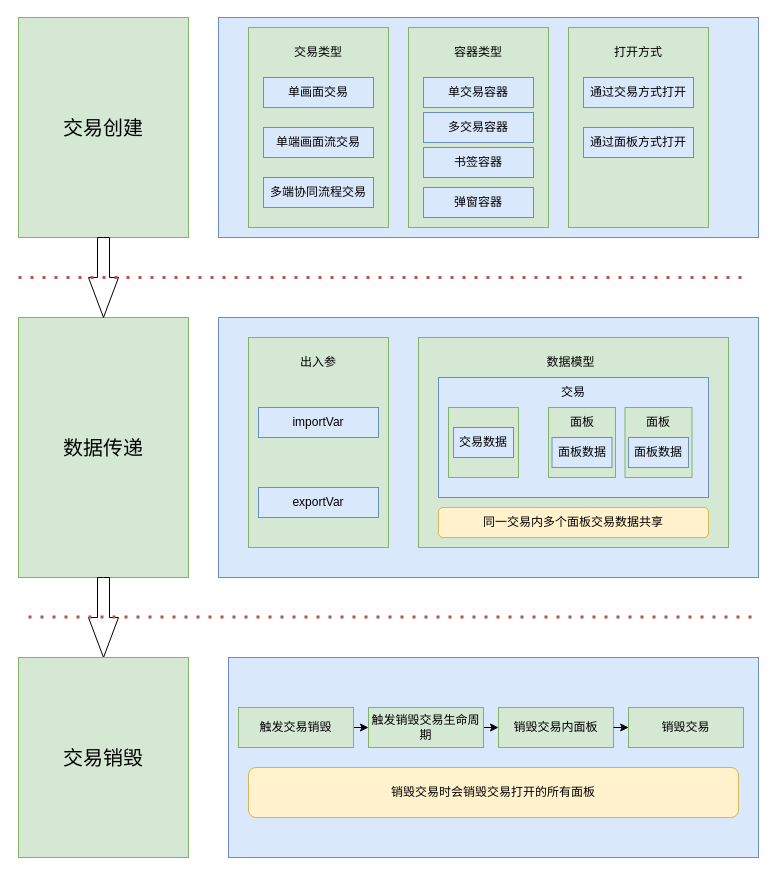
Before: 未命名绘图.drawio in xhfLittleTree/imageHost, a draw.io diagram. Source tidied: cells renumbered, new cells numbered last; positions are measured from the earlier drawing's top-left corner, leaving out a move shared by most shapes. Both pictures are drawn from the tidied source at 100%, with x=0, y=0 at pixel (18, 17).
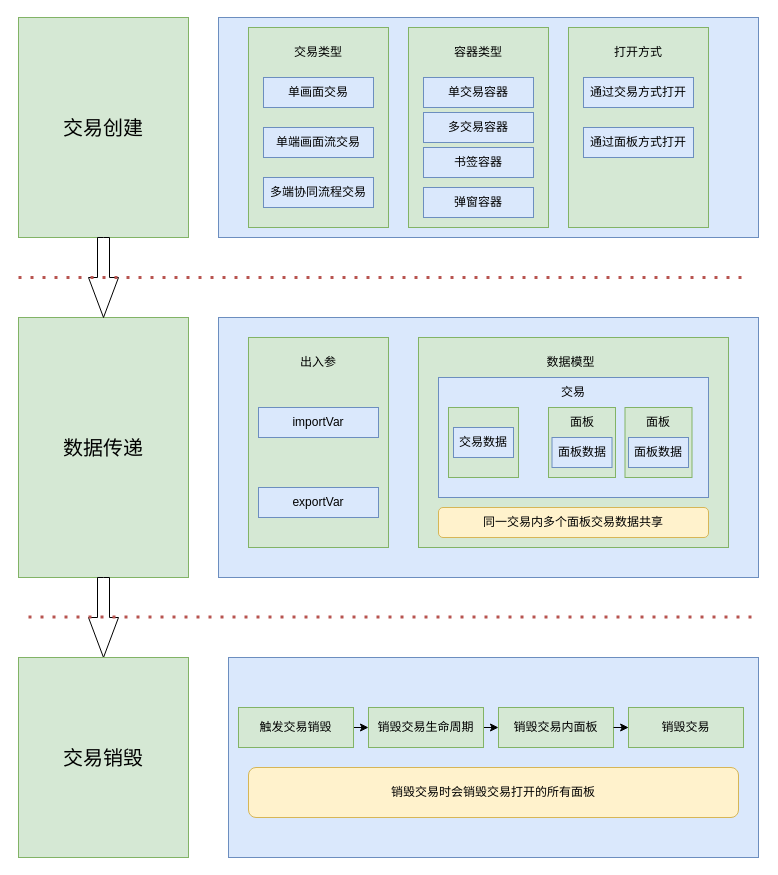
The same diagram, later.

The edit, as a diff of the source:
```diff
@@
-    <mxCell id="48" value="触发销毁交易生命周期" style="rounded=0;whiteSpace=wrap;html=1;fillColor=#d5e8d4;strokeColor=#82b366;" parent="1" vertex="1">
+    <mxCell id="48" value="销毁交易生命周期" style="rounded=0;whiteSpace=wrap;html=1;fillColor=#d5e8d4;strokeColor=#82b366;" parent="1" vertex="1">
       <mxGeometry x="350" y="690" width="115" height="40" as="geometry" />
     </mxCell>
```
